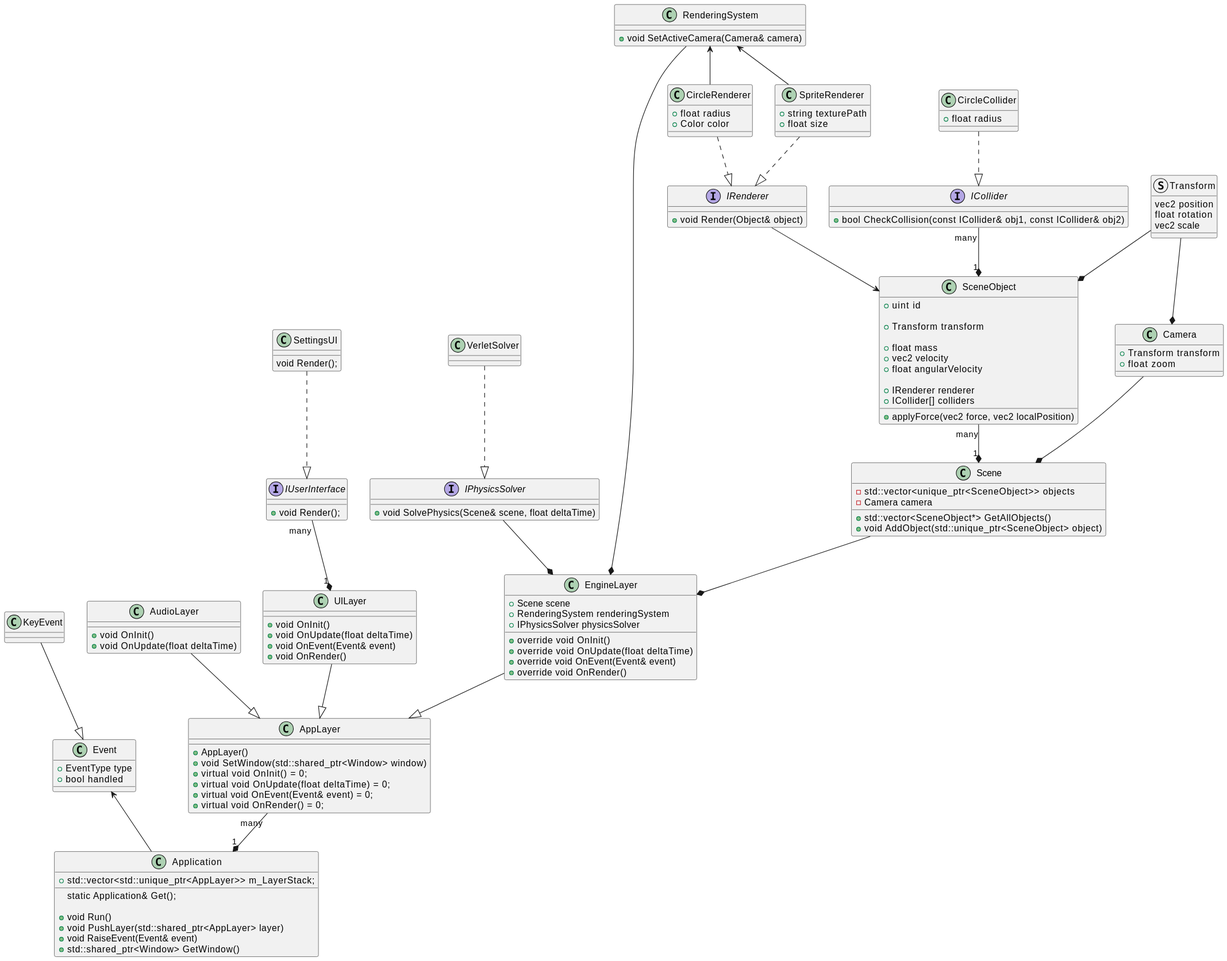
Earlier version of the PlantUML export docs/uml.svg (grav-byte/GravSim). The source it was exported from:
```plantuml
@startuml
class EngineLayer {
    +Scene scene
    +RenderingSystem renderingSystem
    +IPhysicsSolver physicsSolver

    +override void OnInit()
    +override void OnUpdate(float deltaTime)
    +override void OnEvent(Event& event)
    +override void OnRender()
}



class AudioLayer {
    +void OnInit()
    +void OnUpdate(float deltaTime)
}

AudioLayer --|> AppLayer

interface IPhysicsSolver {
    +void SolvePhysics(Scene& scene, float deltaTime)
}

class RenderingSystem {
    +void SetActiveCamera(Camera& camera)
}

RenderingSystem --* EngineLayer
RenderingSystem <-- CircleRenderer
RenderingSystem <-- SpriteRenderer

VerletSolver ..|> IPhysicsSolver

class Scene {
  + std::vector<SceneObject*> GetAllObjects()
  + void AddObject(std::unique_ptr<SceneObject> object)
  -std::vector<unique_ptr<SceneObject>> objects
  -Camera camera
}

class Camera {
+Transform transform
+float zoom
}

Camera --* Scene


Scene --* EngineLayer
SceneObject "many" --* "1" Scene
IRenderer --> SceneObject
ICollider "many" --* "1" SceneObject
EngineLayer --|> AppLayer
IPhysicsSolver --* EngineLayer

class SettingsUI {
    void Render();
}

interface IUserInterface {
    +void Render();
}

struct Transform {
    vec2 position
    float rotation
    vec2 scale
}

Transform --* SceneObject
Transform --* Camera

SettingsUI ..|> IUserInterface
IUserInterface "many" --* "1" UILayer


class SceneObject {
    +uint id

    +Transform transform

    +float mass
    +vec2 velocity
    +float angularVelocity

    +IRenderer renderer
    +ICollider[] colliders

    +applyForce(vec2 force, vec2 localPosition)
}

class AppLayer {
    +AppLayer()
    +void SetWindow(std::shared_ptr<Window> window)
    +virtual void OnInit() = 0;
    +virtual void OnUpdate(float deltaTime) = 0;
    +virtual void OnEvent(Event& event) = 0;
    +virtual void OnRender() = 0;
}

class CircleCollider {
    +float radius
}

class CircleRenderer {
    +float radius
    +Color color
}
class SpriteRenderer {
    +string texturePath
    +float size
}
interface IRenderer {
    +void Render(Object& object)
}
interface ICollider {
    +bool CheckCollision(const ICollider& obj1, const ICollider& obj2)
}
CircleCollider ..|> ICollider
CircleRenderer ..|> IRenderer
SpriteRenderer ..|> IRenderer

class UILayer {
    +void OnInit()
    +void OnUpdate(float deltaTime)
    +void OnEvent(Event& event)
    +void OnRender()
}

UILayer --|> AppLayer

class Application {
    +std::vector<std::unique_ptr<AppLayer>> m_LayerStack;

    static Application& Get();

    +void Run()
    +void PushLayer(std::shared_ptr<AppLayer> layer)
    +void RaiseEvent(Event& event)
    +std::shared_ptr<Window> GetWindow()
}

AppLayer "many" --* "1" Application

Event <-- Application

KeyEvent --|> Event

class Event {
+EventType type
+bool handled
}
@enduml
```
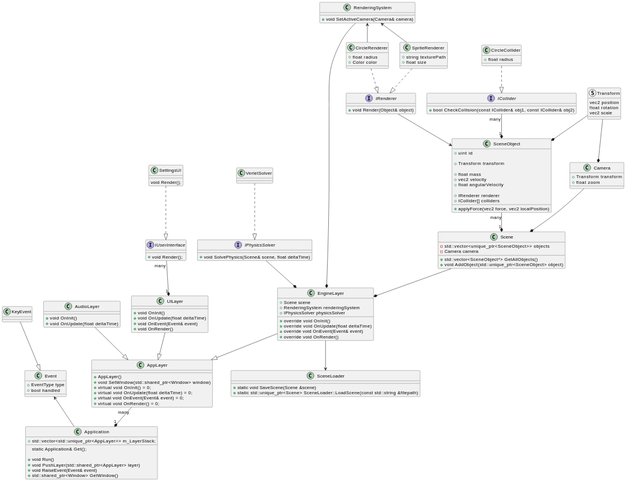
After the change.

What changed in the source:
```diff
@@ -10,7 +10,12 @@
     +override void OnRender()
 }
 
+class SceneLoader {
+    + static void SaveScene(Scene &scene)
+    + static std::unique_ptr<Scene> SceneLoader::LoadScene(const std::string &filepath)
+}
 
+EngineLayer --> SceneLoader
 
 class AudioLayer {
     +void OnInit()
```
